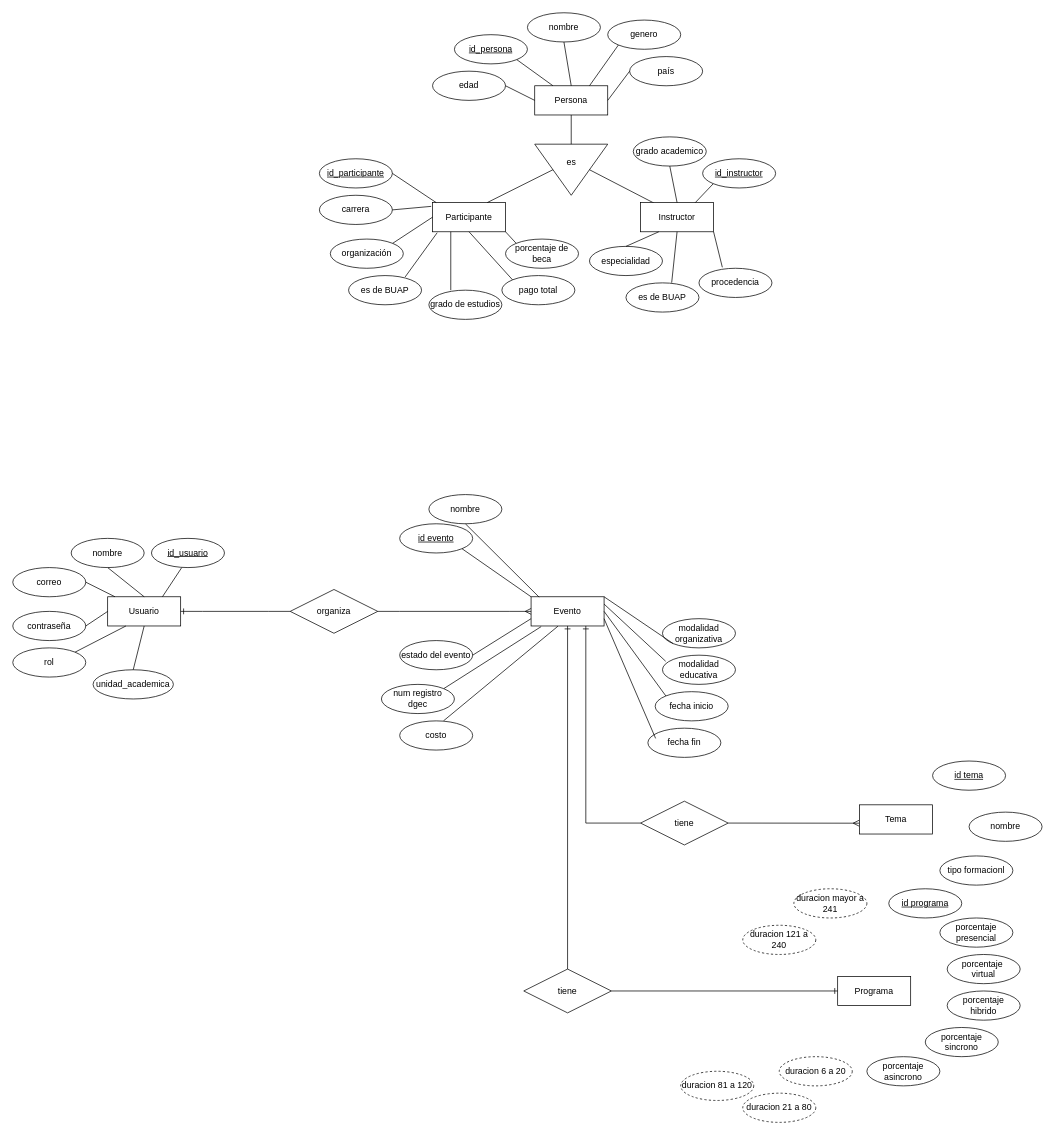
Before: Base de datos.drawio in JahirFz/Mapas, a draw.io diagram. Source tidied: cells renumbered, new cells numbered last; positions are measured from the earlier drawing's top-left corner, leaving out a move shared by most shapes. Both pictures are drawn from the tidied source at 73%, with x=0, y=0 at pixel (12, 12).
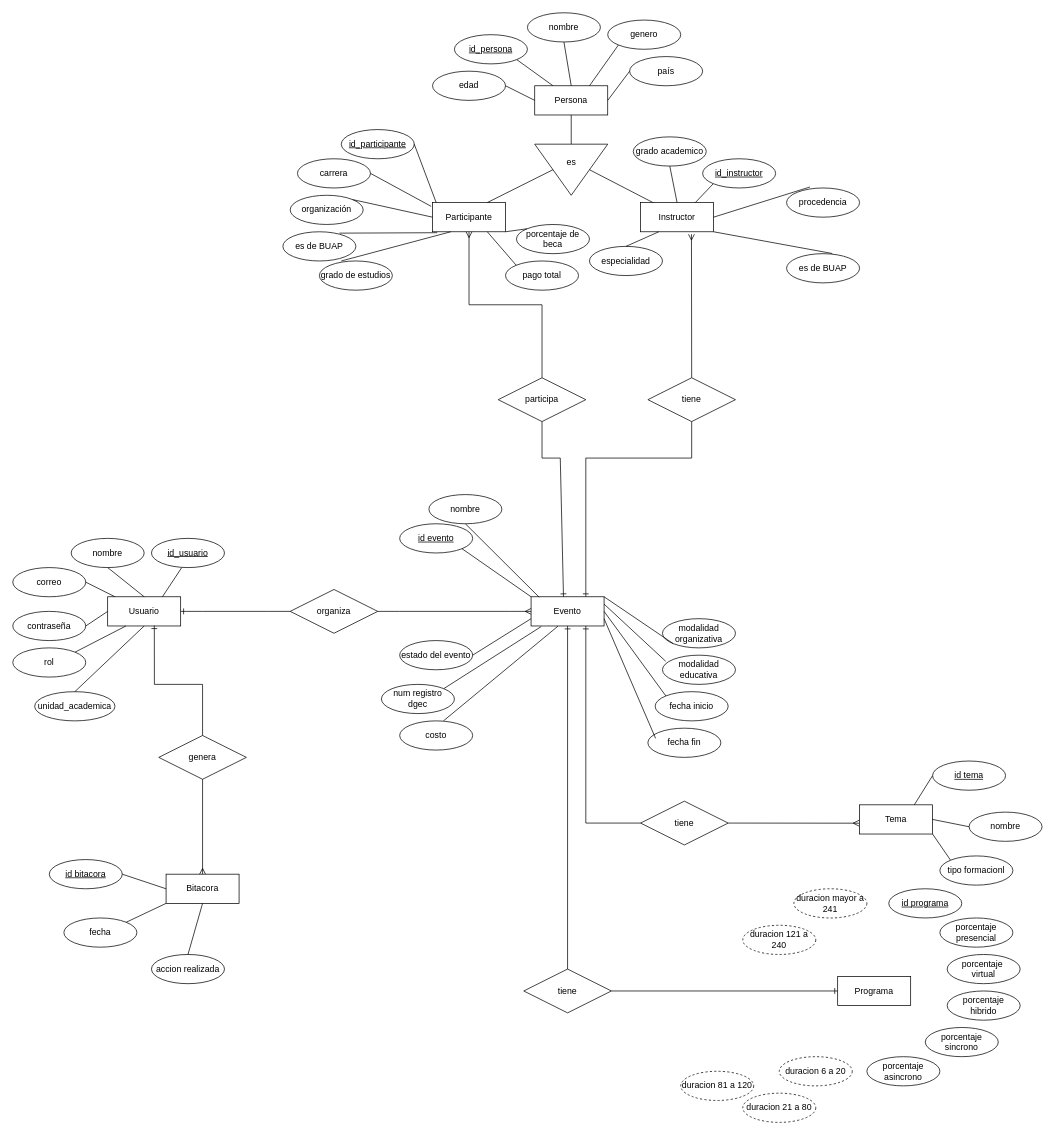
The same diagram, later.

Commit message:
Actualizar Base de datos2.drawio

The change refers to these unchanged cells:
```xml
<mxCell id="2" value="Usuario" style="whiteSpace=wrap;html=1;align=center;" parent="1" vertex="1">
  <mxGeometry x="130" y="800" width="100" height="40" as="geometry" />
</mxCell>
<mxCell id="15" value="Evento" style="whiteSpace=wrap;html=1;align=center;" parent="1" vertex="1">
  <mxGeometry x="710" y="800" width="100" height="40" as="geometry" />
</mxCell>
<mxCell id="51" value="Participante" style="whiteSpace=wrap;html=1;align=center;" parent="1" vertex="1">
  <mxGeometry x="575" y="260" width="100" height="40" as="geometry" />
</mxCell>
<mxCell id="68" value="Instructor" style="whiteSpace=wrap;html=1;align=center;" parent="1" vertex="1">
  <mxGeometry x="860" y="260" width="100" height="40" as="geometry" />
</mxCell>
<mxCell id="91" value="Tema" style="whiteSpace=wrap;html=1;align=center;" parent="1" vertex="1">
  <mxGeometry x="1160" y="1085" width="100" height="40" as="geometry" />
</mxCell>
<mxCell id="92" value="id tema" style="ellipse;whiteSpace=wrap;html=1;align=center;fontStyle=4;" parent="1" vertex="1">
  <mxGeometry x="1260" y="1025" width="100" height="40" as="geometry" />
</mxCell>
<mxCell id="93" value="nombre" style="ellipse;whiteSpace=wrap;html=1;align=center;" parent="1" vertex="1">
  <mxGeometry x="1310" y="1095" width="100" height="40" as="geometry" />
</mxCell>
<mxCell id="94" value="&lt;span style=&quot;background-color: transparent; color: light-dark(rgb(0, 0, 0), rgb(255, 255, 255));&quot;&gt;tipo formacionl&lt;/span&gt;" style="ellipse;whiteSpace=wrap;html=1;align=center;" parent="1" vertex="1">
  <mxGeometry x="1270" y="1155" width="100" height="40" as="geometry" />
</mxCell>
```

Diff of the diagram source:
```diff
@@
     <mxCell id="8" value="unidad_academica" style="ellipse;whiteSpace=wrap;html=1;align=center;" parent="1" vertex="1">
-      <mxGeometry x="110" y="900" width="110" height="40" as="geometry" />
+      <mxGeometry x="30" y="930" width="110" height="40" as="geometry" />
     </mxCell>
@@
     <mxCell id="54" value="id_participante" style="ellipse;whiteSpace=wrap;html=1;align=center;fontStyle=4;" parent="1" vertex="1">
-      <mxGeometry x="420" y="200" width="100" height="40" as="geometry" />
+      <mxGeometry x="450" y="160" width="100" height="40" as="geometry" />
     </mxCell>
     <mxCell id="55" value="carrera" style="ellipse;whiteSpace=wrap;html=1;align=center;" parent="1" vertex="1">
-      <mxGeometry x="420" y="250" width="100" height="40" as="geometry" />
+      <mxGeometry x="390" y="200" width="100" height="40" as="geometry" />
     </mxCell>
     <mxCell id="56" value="organización" style="ellipse;whiteSpace=wrap;html=1;align=center;" parent="1" vertex="1">
-      <mxGeometry x="435" y="310" width="100" height="40" as="geometry" />
+      <mxGeometry x="380" y="250" width="100" height="40" as="geometry" />
     </mxCell>
     <mxCell id="57" value="es de BUAP" style="ellipse;whiteSpace=wrap;html=1;align=center;" parent="1" vertex="1">
-      <mxGeometry x="460" y="360" width="100" height="40" as="geometry" />
+      <mxGeometry x="370" y="300" width="100" height="40" as="geometry" />
     </mxCell>
     <mxCell id="58" value="grado de estudios" style="ellipse;whiteSpace=wrap;html=1;align=center;" parent="1" vertex="1">
-      <mxGeometry x="570" y="380" width="100" height="40" as="geometry" />
+      <mxGeometry x="420" y="340" width="100" height="40" as="geometry" />
     </mxCell>
     <mxCell id="59" value="porcentaje de beca" style="ellipse;whiteSpace=wrap;html=1;align=center;" parent="1" vertex="1">
-      <mxGeometry x="675" y="310" width="100" height="40" as="geometry" />
+      <mxGeometry x="690" y="290" width="100" height="40" as="geometry" />
     </mxCell>
     <mxCell id="60" value="pago total" style="ellipse;whiteSpace=wrap;html=1;align=center;" parent="1" vertex="1">
-      <mxGeometry x="670" y="360" width="100" height="40" as="geometry" />
+      <mxGeometry x="675" y="340" width="100" height="40" as="geometry" />
     </mxCell>
@@
-    <mxCell id="66" style="endArrow=none;html=1;rounded=0;entryX=0.5;entryY=1;entryDx=0;entryDy=0;exitX=0;exitY=0;exitDx=0;exitDy=0;" parent="1" edge="1" source="60" target="51">
+    <mxCell id="66" style="endArrow=none;html=1;rounded=0;entryX=0.75;entryY=1;entryDx=0;entryDy=0;exitX=0;exitY=0;exitDx=0;exitDy=0;" parent="1" edge="1" source="60" target="51">
       <mxGeometry relative="1" as="geometry" />
     </mxCell>
@@
     <mxCell id="72" value="es de BUAP" style="ellipse;whiteSpace=wrap;html=1;align=center;" parent="1" vertex="1">
-      <mxGeometry x="840" y="370" width="100" height="40" as="geometry" />
+      <mxGeometry x="1060" y="330" width="100" height="40" as="geometry" />
     </mxCell>
     <mxCell id="73" value="procedencia" style="ellipse;whiteSpace=wrap;html=1;align=center;" parent="1" vertex="1">
-      <mxGeometry x="940" y="350" width="100" height="40" as="geometry" />
+      <mxGeometry x="1060" y="240" width="100" height="40" as="geometry" />
     </mxCell>
@@
-    <mxCell id="77" style="endArrow=none;html=1;rounded=0;entryX=0.5;entryY=1;entryDx=0;entryDy=0;exitX=0.626;exitY=-0.006;exitDx=0;exitDy=0;exitPerimeter=0;" parent="1" edge="1" source="72" target="68">
+    <mxCell id="77" style="endArrow=none;html=1;rounded=0;entryX=1;entryY=1;entryDx=0;entryDy=0;exitX=0.626;exitY=-0.006;exitDx=0;exitDy=0;exitPerimeter=0;" parent="1" edge="1" source="72" target="68">
       <mxGeometry relative="1" as="geometry" />
     </mxCell>
-    <mxCell id="78" style="endArrow=none;html=1;rounded=0;entryX=1;entryY=1;entryDx=0;entryDy=0;exitX=0.32;exitY=-0.033;exitDx=0;exitDy=0;exitPerimeter=0;" parent="1" edge="1" source="73" target="68">
+    <mxCell id="78" style="endArrow=none;html=1;rounded=0;entryX=1;entryY=0.5;entryDx=0;entryDy=0;exitX=0.32;exitY=-0.033;exitDx=0;exitDy=0;exitPerimeter=0;" parent="1" edge="1" source="73" target="68">
       <mxGeometry relative="1" as="geometry" />
     </mxCell>
@@
+    <mxCell id="101" value="Bitacora" style="whiteSpace=wrap;html=1;align=center;" parent="1" vertex="1">
+      <mxGeometry x="210" y="1180" width="100" height="40" as="geometry" />
+    </mxCell>
+    <mxCell id="102" value="id bitacora" style="ellipse;whiteSpace=wrap;html=1;align=center;fontStyle=4;" parent="1" vertex="1">
+      <mxGeometry x="50" y="1160" width="100" height="40" as="geometry" />
+    </mxCell>
+    <mxCell id="103" value="fecha" style="ellipse;whiteSpace=wrap;html=1;align=center;" parent="1" vertex="1">
+      <mxGeometry x="70" y="1240" width="100" height="40" as="geometry" />
+    </mxCell>
+    <mxCell id="104" value="accion realizada" style="ellipse;whiteSpace=wrap;html=1;align=center;" parent="1" vertex="1">
+      <mxGeometry x="190" y="1290" width="100" height="40" as="geometry" />
+    </mxCell>
+    <mxCell id="105" value="genera" style="shape=rhombus;perimeter=rhombusPerimeter;whiteSpace=wrap;html=1;align=center;" parent="1" vertex="1">
+      <mxGeometry x="200" y="990" width="120" height="60" as="geometry" />
+    </mxCell>
+    <mxCell id="106" style="fontSize=12;html=1;endArrow=ERone;endFill=1;rounded=0;entryX=0.639;entryY=0.989;entryDx=0;entryDy=0;entryPerimeter=0;" parent="1" edge="1" target="2">
+      <mxGeometry relative="1" as="geometry">
+        <mxPoint x="260" y="990" as="sourcePoint" />
+        <Array as="points">
+          <mxPoint x="260" y="920" />
+          <mxPoint x="194" y="920" />
+        </Array>
+      </mxGeometry>
+    </mxCell>
+    <mxCell id="107" style="fontSize=12;html=1;endArrow=ERmany;rounded=0;exitX=0.5;exitY=1;exitDx=0;exitDy=0;entryX=0.5;entryY=0;entryDx=0;entryDy=0;" parent="1" edge="1" source="105" target="101">
+      <mxGeometry relative="1" as="geometry" />
+    </mxCell>
+    <mxCell id="108" style="endArrow=none;html=1;rounded=0;exitX=1;exitY=0.5;exitDx=0;exitDy=0;entryX=0;entryY=0.5;entryDx=0;entryDy=0;" parent="1" edge="1" source="102" target="101">
+      <mxGeometry relative="1" as="geometry" />
+    </mxCell>
+    <mxCell id="109" style="endArrow=none;html=1;rounded=0;exitX=1;exitY=0;exitDx=0;exitDy=0;entryX=0;entryY=1;entryDx=0;entryDy=0;" parent="1" edge="1" source="103" target="101">
+      <mxGeometry relative="1" as="geometry" />
+    </mxCell>
+    <mxCell id="110" style="endArrow=none;html=1;rounded=0;exitX=0.5;exitY=0;exitDx=0;exitDy=0;entryX=0.5;entryY=1;entryDx=0;entryDy=0;" parent="1" edge="1" source="104" target="101">
+      <mxGeometry relative="1" as="geometry" />
+    </mxCell>
+    <mxCell id="111" style="endArrow=none;html=1;rounded=0;entryX=0;entryY=0;entryDx=0;entryDy=0;exitX=1;exitY=1;exitDx=0;exitDy=0;" parent="1" edge="1" source="91" target="94">
+      <mxGeometry relative="1" as="geometry" />
+    </mxCell>
+    <mxCell id="112" style="endArrow=none;html=1;rounded=0;entryX=0;entryY=0.5;entryDx=0;entryDy=0;exitX=1;exitY=0.5;exitDx=0;exitDy=0;" parent="1" edge="1" source="91" target="93">
+      <mxGeometry relative="1" as="geometry" />
+    </mxCell>
+    <mxCell id="113" style="endArrow=none;html=1;rounded=0;entryX=0;entryY=0.5;entryDx=0;entryDy=0;exitX=0.75;exitY=0;exitDx=0;exitDy=0;" parent="1" edge="1" source="91" target="92">
+      <mxGeometry relative="1" as="geometry" />
+    </mxCell>
+    <mxCell id="114" value="tiene" style="shape=rhombus;perimeter=rhombusPerimeter;whiteSpace=wrap;html=1;align=center;" parent="1" vertex="1">
+      <mxGeometry x="870" y="500" width="120" height="60" as="geometry" />
+    </mxCell>
+    <mxCell id="115" style="fontSize=12;html=1;endArrow=ERone;endFill=1;rounded=0;entryX=0.75;entryY=0;entryDx=0;entryDy=0;exitX=0.5;exitY=1;exitDx=0;exitDy=0;" parent="1" edge="1" source="114" target="15">
+      <mxGeometry relative="1" as="geometry">
+        <Array as="points">
+          <mxPoint x="930" y="610" />
+          <mxPoint x="785" y="610" />
+        </Array>
+      </mxGeometry>
+    </mxCell>
+    <mxCell id="116" style="fontSize=12;html=1;endArrow=ERmany;rounded=0;entryX=0.697;entryY=1.084;entryDx=0;entryDy=0;exitX=0.5;exitY=0;exitDx=0;exitDy=0;entryPerimeter=0;" parent="1" edge="1" source="114" target="68">
+      <mxGeometry relative="1" as="geometry" />
+    </mxCell>
+    <mxCell id="117" value="participa" style="shape=rhombus;perimeter=rhombusPerimeter;whiteSpace=wrap;html=1;align=center;" parent="1" vertex="1">
+      <mxGeometry x="665" y="500" width="120" height="60" as="geometry" />
+    </mxCell>
+    <mxCell id="118" style="fontSize=12;html=1;endArrow=ERmany;rounded=0;entryX=0.5;entryY=1;entryDx=0;entryDy=0;exitX=0.5;exitY=0;exitDx=0;exitDy=0;" parent="1" edge="1" source="117" target="51">
+      <mxGeometry relative="1" as="geometry">
+        <Array as="points">
+          <mxPoint x="725" y="400" />
+          <mxPoint x="625" y="400" />
+        </Array>
+      </mxGeometry>
+    </mxCell>
+    <mxCell id="119" style="fontSize=12;html=1;endArrow=ERone;endFill=1;rounded=0;entryX=0.75;entryY=0;entryDx=0;entryDy=0;exitX=0.5;exitY=1;exitDx=0;exitDy=0;" parent="1" edge="1" source="117">
+      <mxGeometry relative="1" as="geometry">
+        <mxPoint x="754.4" y="800" as="targetPoint" />
+        <Array as="points">
+          <mxPoint x="725" y="610" />
+          <mxPoint x="750" y="610" />
+        </Array>
+      </mxGeometry>
+    </mxCell>
```
